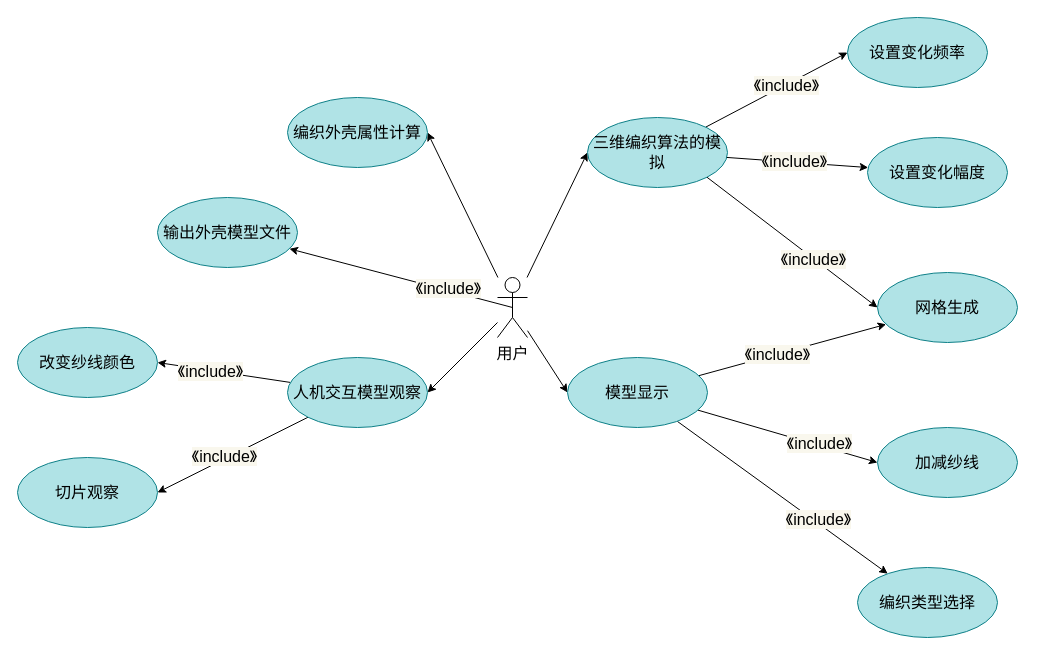
Before: page "Copy of 1-usecase" (3 of 13) of 毕设.drawio in ScarboroughCoral/Draw.io.Storage, a draw.io diagram. Source tidied: cells renumbered, new cells numbered last; positions are measured from the earlier drawing's top-left corner, leaving out a move shared by most shapes. Both pictures are drawn from the tidied source at 100%, with x=0, y=0 at pixel (17, 17).
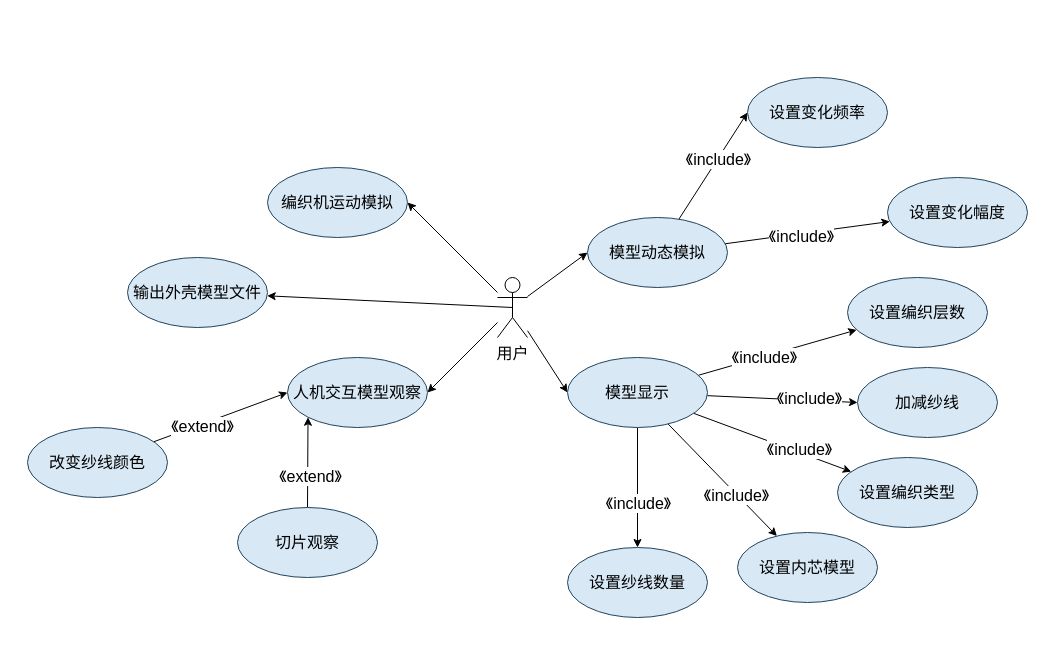
Above is the later version.

The change refers to these unchanged cells:
```xml
<mxCell id="7" style="edgeStyle=none;rounded=1;jettySize=auto;html=1;entryX=0;entryY=0.5;entryDx=0;entryDy=0;strokeColor=#000000;fontSize=16;" parent="1" edge="1" source="11" target="15">
  <mxGeometry relative="1" as="geometry" />
</mxCell>
<mxCell id="9" style="edgeStyle=none;rounded=1;jettySize=auto;html=1;strokeColor=#000000;fontSize=16;exitX=0.5;exitY=0.5;exitDx=0;exitDy=0;exitPerimeter=0;" parent="1" edge="1" source="6" target="12">
  <mxGeometry relative="1" as="geometry" />
</mxCell>
<mxCell id="13" style="edgeStyle=none;rounded=1;jettySize=auto;html=1;strokeColor=#000000;fontSize=16;" parent="1" edge="1" source="11" target="16">
  <mxGeometry relative="1" as="geometry" />
</mxCell>
<mxCell id="31" style="edgeStyle=none;rounded=1;jettySize=auto;html=1;strokeColor=#000000;entryX=0;entryY=0.5;entryDx=0;entryDy=0;fontSize=16;" parent="1" edge="1" source="37" target="40">
  <mxGeometry relative="1" as="geometry" />
</mxCell>
<mxCell id="33" style="edgeStyle=none;rounded=1;jettySize=auto;html=1;strokeColor=#000000;fontSize=16;" parent="1" edge="1" source="37" target="39">
  <mxGeometry relative="1" as="geometry" />
</mxCell>
<mxCell id="35" style="rounded=0;jettySize=auto;html=1;" parent="1" edge="1" source="37" target="38">
  <mxGeometry relative="1" as="geometry" />
</mxCell>
```

The edit, as a diff of the source:
```diff
@@
-    <mxCell id="8" value="《include》" style="text;html=1;align=center;verticalAlign=middle;labelBackgroundColor=#F9F7ED;fontSize=16;" parent="7" vertex="1">
+    <mxCell id="8" value="《include》" style="text;html=1;align=center;verticalAlign=middle;labelBackgroundColor=#FFFFFF;fontSize=16;" parent="7" vertex="1">
       <mxGeometry x="0.13" relative="1" as="geometry" />
     </mxCell>
@@
-    <mxCell id="10" value="《include》" style="text;html=1;align=center;verticalAlign=middle;labelBackgroundColor=#F9F7ED;fontSize=16;" parent="9" vertex="1">
-      <mxGeometry x="-0.28" y="1" relative="1" as="geometry">
-        <mxPoint x="16.5" y="1" as="offset" />
-      </mxGeometry>
-    </mxCell>
-    <mxCell id="11" value="三维编织算法的模拟" style="ellipse;whiteSpace=wrap;html=1;fontSize=16;fillColor=#b0e3e6;strokeColor=#0e8088;" parent="1" vertex="1">
-      <mxGeometry x="570" y="100" width="140" height="70" as="geometry" />
+    <mxCell id="11" value="模型动态模拟" style="ellipse;whiteSpace=wrap;html=1;fontSize=16;fillColor=#D8E8F5;strokeColor=#23445d;" parent="1" vertex="1">
+      <mxGeometry x="570" y="200" width="140" height="70" as="geometry" />
     </mxCell>
-    <mxCell id="12" value="输出外壳模型文件" style="ellipse;whiteSpace=wrap;html=1;fontSize=16;fillColor=#b0e3e6;strokeColor=#0e8088;" parent="1" vertex="1">
-      <mxGeometry x="140" y="180" width="140" height="70" as="geometry" />
+    <mxCell id="12" value="输出外壳模型文件" style="ellipse;whiteSpace=wrap;html=1;fontSize=16;fillColor=#D8E8F5;strokeColor=#23445d;" parent="1" vertex="1">
+      <mxGeometry x="110" y="240" width="140" height="70" as="geometry" />
     </mxCell>
@@
-    <mxCell id="14" value="《include》" style="text;html=1;align=center;verticalAlign=middle;labelBackgroundColor=#F9F7ED;fontSize=16;" parent="13" vertex="1">
+    <mxCell id="14" value="《include》" style="text;html=1;align=center;verticalAlign=middle;labelBackgroundColor=#FFFFFF;fontSize=16;" parent="13" vertex="1">
       <mxGeometry x="-0.33" y="-2" relative="1" as="geometry">
         <mxPoint x="20" y="-2" as="offset" />
       </mxGeometry>
     </mxCell>
-    <mxCell id="15" value="设置变化频率" style="ellipse;whiteSpace=wrap;html=1;fontSize=16;fillColor=#b0e3e6;strokeColor=#0e8088;" parent="1" vertex="1">
-      <mxGeometry x="830" width="140" height="70" as="geometry" />
+    <mxCell id="15" value="设置变化频率" style="ellipse;whiteSpace=wrap;html=1;fontSize=16;fillColor=#D8E8F5;strokeColor=#23445d;" parent="1" vertex="1">
+      <mxGeometry x="730" y="60" width="140" height="70" as="geometry" />
     </mxCell>
-    <mxCell id="16" value="设置变化幅度" style="ellipse;whiteSpace=wrap;html=1;fontSize=16;fillColor=#b0e3e6;strokeColor=#0e8088;" parent="1" vertex="1">
-      <mxGeometry x="850" y="120" width="140" height="70" as="geometry" />
+    <mxCell id="16" value="设置变化幅度" style="ellipse;whiteSpace=wrap;html=1;fontSize=16;fillColor=#D8E8F5;strokeColor=#23445d;" parent="1" vertex="1">
+      <mxGeometry x="870" y="160" width="140" height="70" as="geometry" />
     </mxCell>
@@
-    <mxCell id="23" style="edgeStyle=none;rounded=1;jettySize=auto;html=1;strokeColor=#000000;entryX=1;entryY=0.5;entryDx=0;entryDy=0;fontSize=16;" parent="1" edge="1" source="27" target="29">
-      <mxGeometry relative="1" as="geometry" />
-    </mxCell>
-    <mxCell id="24" value="《include》" style="text;html=1;align=center;verticalAlign=middle;labelBackgroundColor=#F9F7ED;fontSize=16;" parent="23" vertex="1">
-      <mxGeometry x="0.31" relative="1" as="geometry">
-        <mxPoint x="14.1" y="-10.6" as="offset" />
-      </mxGeometry>
-    </mxCell>
-    <mxCell id="25" style="edgeStyle=none;rounded=1;jettySize=auto;html=1;strokeColor=#000000;entryX=1;entryY=0.5;entryDx=0;entryDy=0;fontSize=16;" parent="1" edge="1" source="27" target="28">
-      <mxGeometry relative="1" as="geometry" />
-    </mxCell>
-    <mxCell id="26" value="《include》" style="text;html=1;align=center;verticalAlign=middle;labelBackgroundColor=#F9F7ED;fontSize=16;" parent="25" vertex="1">
-      <mxGeometry x="0.21" y="1" relative="1" as="geometry" />
-    </mxCell>
-    <mxCell id="27" value="人机交互模型观察" style="ellipse;whiteSpace=wrap;html=1;fontSize=16;fillColor=#b0e3e6;strokeColor=#0e8088;" parent="1" vertex="1">
+    <mxCell id="27" value="人机交互模型观察" style="ellipse;whiteSpace=wrap;html=1;fontSize=16;fillColor=#D8E8F5;strokeColor=#23445d;" parent="1" vertex="1">
       <mxGeometry x="270" y="340" width="140" height="70" as="geometry" />
     </mxCell>
+    <mxCell id="43" style="edgeStyle=none;rounded=0;jettySize=auto;html=1;entryX=0;entryY=0.5;entryDx=0;entryDy=0;fontSize=16;" parent="1" edge="1" source="28" target="27">
+      <mxGeometry relative="1" as="geometry" />
+    </mxCell>
+    <mxCell id="44" value="《extend》" style="edgeLabel;html=1;align=center;verticalAlign=middle;fontSize=16;" parent="43" vertex="1">
+      <mxGeometry x="-0.29" y="-2" relative="1" as="geometry" />
+    </mxCell>
-    <mxCell id="28" value="改变纱线颜色" style="ellipse;whiteSpace=wrap;html=1;fontSize=16;fillColor=#b0e3e6;strokeColor=#0e8088;" parent="1" vertex="1">
-      <mxGeometry y="310" width="140" height="70" as="geometry" />
+    <mxCell id="28" value="改变纱线颜色" style="ellipse;whiteSpace=wrap;html=1;fontSize=16;fillColor=#D8E8F5;strokeColor=#23445d;" parent="1" vertex="1">
+      <mxGeometry x="10" y="410" width="140" height="70" as="geometry" />
     </mxCell>
+    <mxCell id="45" style="edgeStyle=none;rounded=0;jettySize=auto;html=1;entryX=0;entryY=1;entryDx=0;entryDy=0;" parent="1" edge="1" source="29" target="27">
+      <mxGeometry relative="1" as="geometry" />
+    </mxCell>
+    <mxCell id="46" value="《extend》" style="edgeLabel;html=1;align=center;verticalAlign=middle;fontSize=16;" parent="45" vertex="1">
+      <mxGeometry x="-0.28" y="-2" relative="1" as="geometry" />
+    </mxCell>
-    <mxCell id="29" value="切片观察" style="ellipse;whiteSpace=wrap;html=1;fontSize=16;fillColor=#b0e3e6;strokeColor=#0e8088;" parent="1" vertex="1">
-      <mxGeometry y="440" width="140" height="70" as="geometry" />
+    <mxCell id="29" value="切片观察" style="ellipse;whiteSpace=wrap;html=1;fontSize=16;fillColor=#D8E8F5;strokeColor=#23445d;" parent="1" vertex="1">
+      <mxGeometry x="220" y="490" width="140" height="70" as="geometry" />
     </mxCell>
-    <mxCell id="30" value="编织外壳属性计算" style="ellipse;whiteSpace=wrap;html=1;fontSize=16;fillColor=#b0e3e6;strokeColor=#0e8088;" parent="1" vertex="1">
-      <mxGeometry x="270" y="80" width="140" height="70" as="geometry" />
+    <mxCell id="30" value="编织机运动模拟" style="ellipse;whiteSpace=wrap;html=1;fontSize=16;fillColor=#D8E8F5;strokeColor=#23445d;" parent="1" vertex="1">
+      <mxGeometry x="250" y="150" width="140" height="70" as="geometry" />
     </mxCell>
@@
-    <mxCell id="32" value="《include》" style="text;html=1;align=center;verticalAlign=middle;labelBackgroundColor=#F9F7ED;fontSize=16;" parent="31" vertex="1">
+    <mxCell id="32" value="《include》" style="text;html=1;align=center;verticalAlign=middle;labelBackgroundColor=#FFFFFF;fontSize=16;" parent="31" vertex="1">
       <mxGeometry x="0.35" y="2" relative="1" as="geometry" />
     </mxCell>
@@
-    <mxCell id="34" value="《include》" style="text;html=1;align=center;verticalAlign=middle;labelBackgroundColor=#F9F7ED;fontSize=16;" parent="33" vertex="1">
+    <mxCell id="34" value="《include》" style="text;html=1;align=center;verticalAlign=middle;labelBackgroundColor=#FFFFFF;fontSize=16;" parent="33" vertex="1">
       <mxGeometry x="0.32" y="3" relative="1" as="geometry" />
     </mxCell>
@@
-    <mxCell id="36" value="《include》" style="edgeLabel;html=1;align=center;verticalAlign=middle;fontSize=16;labelBackgroundColor=#F9F7ED;" parent="35" vertex="1">
+    <mxCell id="36" value="《include》" style="edgeLabel;html=1;align=center;verticalAlign=middle;fontSize=16;labelBackgroundColor=#FFFFFF;" parent="35" vertex="1">
       <mxGeometry x="-0.17" relative="1" as="geometry" />
     </mxCell>
+    <mxCell id="47" style="rounded=0;jettySize=auto;html=1;" parent="1" edge="1" source="37" target="51">
+      <mxGeometry relative="1" as="geometry" />
+    </mxCell>
+    <mxCell id="48" style="edgeStyle=none;rounded=0;jettySize=auto;html=1;fontSize=16;" parent="1" edge="1" source="37" target="50">
+      <mxGeometry relative="1" as="geometry" />
+    </mxCell>
+    <mxCell id="49" value="《include》" style="edgeLabel;html=1;align=center;verticalAlign=middle;fontSize=16;" parent="48" vertex="1">
+      <mxGeometry x="0.25" relative="1" as="geometry" />
+    </mxCell>
-    <mxCell id="37" value="模型显示" style="ellipse;whiteSpace=wrap;html=1;fontSize=16;fillColor=#b0e3e6;strokeColor=#0e8088;" parent="1" vertex="1">
+    <mxCell id="37" value="模型显示" style="ellipse;whiteSpace=wrap;html=1;fontSize=16;fillColor=#D8E8F5;strokeColor=#23445d;" parent="1" vertex="1">
       <mxGeometry x="550" y="340" width="140" height="70" as="geometry" />
     </mxCell>
+    <mxCell id="50" value="设置纱线数量" style="ellipse;whiteSpace=wrap;html=1;fontSize=16;fillColor=#D8E8F5;strokeColor=#23445d;" parent="1" vertex="1">
+      <mxGeometry x="550" y="530" width="140" height="70" as="geometry" />
+    </mxCell>
+    <mxCell id="51" value="设置内芯模型" style="ellipse;whiteSpace=wrap;html=1;fontSize=16;fillColor=#D8E8F5;strokeColor=#23445d;" parent="1" vertex="1">
+      <mxGeometry x="720" y="515" width="140" height="70" as="geometry" />
+    </mxCell>
-    <mxCell id="38" value="网格生成" style="ellipse;whiteSpace=wrap;html=1;fontSize=16;fillColor=#b0e3e6;strokeColor=#0e8088;" parent="1" vertex="1">
-      <mxGeometry x="860" y="255" width="140" height="70" as="geometry" />
+    <mxCell id="38" value="设置编织层数" style="ellipse;whiteSpace=wrap;html=1;fontSize=16;fillColor=#D8E8F5;strokeColor=#23445d;" parent="1" vertex="1">
+      <mxGeometry x="830" y="260" width="140" height="70" as="geometry" />
     </mxCell>
-    <mxCell id="39" value="编织类型选择" style="ellipse;whiteSpace=wrap;html=1;fontSize=16;fillColor=#b0e3e6;strokeColor=#0e8088;" parent="1" vertex="1">
-      <mxGeometry x="840" y="550" width="140" height="70" as="geometry" />
+    <mxCell id="39" value="设置编织类型" style="ellipse;whiteSpace=wrap;html=1;fontSize=16;fillColor=#D8E8F5;strokeColor=#23445d;" parent="1" vertex="1">
+      <mxGeometry x="820" y="440" width="140" height="70" as="geometry" />
     </mxCell>
-    <mxCell id="40" value="加减纱线" style="ellipse;whiteSpace=wrap;html=1;fontSize=16;fillColor=#b0e3e6;strokeColor=#0e8088;" parent="1" vertex="1">
-      <mxGeometry x="860" y="410" width="140" height="70" as="geometry" />
+    <mxCell id="40" value="加减纱线" style="ellipse;whiteSpace=wrap;html=1;fontSize=16;fillColor=#D8E8F5;strokeColor=#23445d;" parent="1" vertex="1">
+      <mxGeometry x="840" y="350" width="140" height="70" as="geometry" />
     </mxCell>
-    <mxCell id="41" style="rounded=0;jettySize=auto;html=1;entryX=0;entryY=0.5;entryDx=0;entryDy=0;exitX=1;exitY=1;exitDx=0;exitDy=0;" parent="1" edge="1" source="11" target="38">
-      <mxGeometry relative="1" as="geometry" />
-    </mxCell>
-    <mxCell id="42" value="《include》" style="edgeLabel;html=1;align=center;verticalAlign=middle;fontSize=16;labelBackgroundColor=#F9F7ED;" parent="41" vertex="1">
-      <mxGeometry x="0.25" relative="1" as="geometry" />
-    </mxCell>
+    <mxCell id="52" value="《include》" style="text;html=1;align=center;verticalAlign=middle;labelBackgroundColor=#FFFFFF;fontSize=16;" parent="1" vertex="1">
+      <mxGeometry x="720" y="475" as="geometry">
+        <mxPoint x="-2" y="2" as="offset" />
+      </mxGeometry>
+    </mxCell>
```
